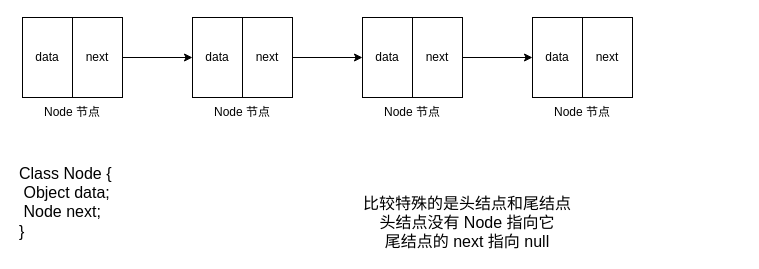
This is page "链表定义" (1 of 2) of 01-数据结构/链表.drawio from chengchen901/diagrams.net, a draw.io file, before an edit. Source tidied: cells renumbered, new cells numbered last; positions are measured from the earlier drawing's top-left corner, leaving out a move shared by most shapes. Both pictures are drawn from the tidied source at 100%, with x=0, y=0 at pixel (17, 17).
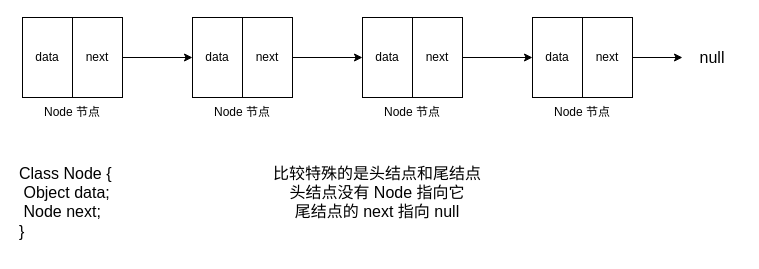
Above is the later version.

Unchanged cells that the change refers to:
```xml
<mxCell id="15" value="next" style="rounded=0;whiteSpace=wrap;html=1;" parent="1" vertex="1">
  <mxGeometry x="565" width="50" height="80" as="geometry" />
</mxCell>
```

Change to the diagram source:
```diff
@@
+    <mxCell id="19" style="edgeStyle=orthogonalEdgeStyle;rounded=0;jettySize=auto;html=1;exitX=1;exitY=0.5;exitDx=0;exitDy=0;entryX=0;entryY=0.5;entryDx=0;entryDy=0;fontSize=16;" parent="1" edge="1" source="15" target="20">
+      <mxGeometry relative="1" as="geometry" />
+    </mxCell>
@@
     <mxCell id="18" value="比较特殊的是头结点和尾结点&lt;br&gt;头结点没有 Node 指向它&lt;br&gt;尾结点的 next 指向 null" style="text;html=1;strokeColor=none;fillColor=none;align=center;verticalAlign=middle;whiteSpace=wrap;rounded=0;fontSize=16;" parent="1" vertex="1">
-      <mxGeometry x="315" y="180" width="270" height="50" as="geometry" />
+      <mxGeometry x="225" y="150" width="270" height="50" as="geometry" />
     </mxCell>
+    <mxCell id="20" value="null" style="text;html=1;strokeColor=none;fillColor=none;align=center;verticalAlign=middle;whiteSpace=wrap;rounded=0;fontSize=16;" parent="1" vertex="1">
+      <mxGeometry x="665" y="25" width="60" height="30" as="geometry" />
+    </mxCell>
```
